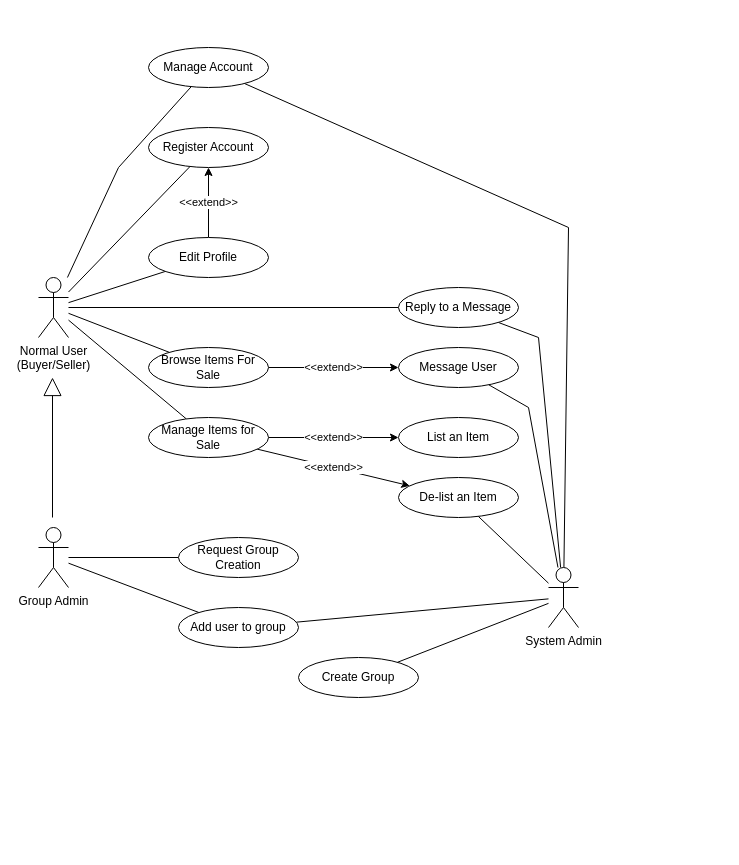
Before: Use Case.drawio in DragoDan7786/CSC490SeniorProject, a draw.io diagram. Source tidied: cells renumbered, new cells numbered last; positions are measured from the earlier drawing's top-left corner, leaving out a move shared by most shapes. Both pictures are drawn from the tidied source at 100%, with x=0, y=0 at pixel (38, 47).
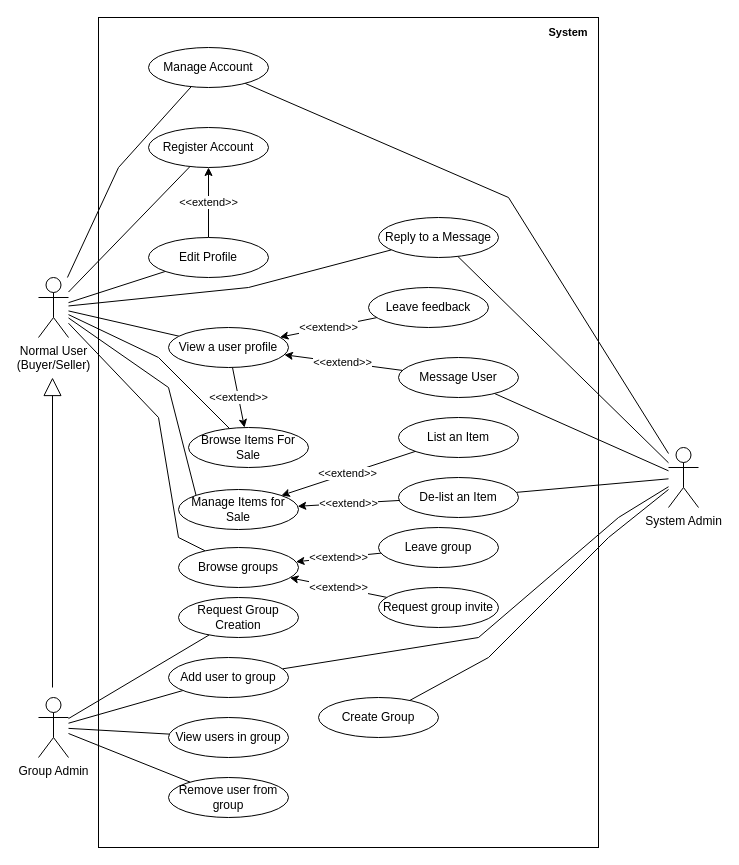
Above is the later version.

The change refers to these unchanged cells:
```xml
<mxCell id="7" value="Normal User&lt;br&gt;(Buyer/Seller)" style="shape=umlActor;verticalLabelPosition=bottom;verticalAlign=top;html=1;" parent="1" vertex="1">
  <mxGeometry y="230" width="30" height="60" as="geometry" />
</mxCell>
<mxCell id="20" value="Register Account" style="ellipse;whiteSpace=wrap;html=1;" parent="1" vertex="1">
  <mxGeometry x="110" y="80" width="120" height="40" as="geometry" />
</mxCell>
<mxCell id="22" value="Edit Profile" style="ellipse;whiteSpace=wrap;html=1;" parent="1" vertex="1">
  <mxGeometry x="110" y="190" width="120" height="40" as="geometry" />
</mxCell>
<mxCell id="25" value="Manage Account" style="ellipse;whiteSpace=wrap;html=1;" parent="1" vertex="1">
  <mxGeometry x="110" width="120" height="40" as="geometry" />
</mxCell>
<mxCell id="30" value="List an Item" style="ellipse;whiteSpace=wrap;html=1;" parent="1" vertex="1">
  <mxGeometry x="360" y="370" width="120" height="40" as="geometry" />
</mxCell>
<mxCell id="34" value="De-list an Item" style="ellipse;whiteSpace=wrap;html=1;" parent="1" vertex="1">
  <mxGeometry x="360" y="430" width="120" height="40" as="geometry" />
</mxCell>
```

Diff of the diagram source:
```diff
@@
+    <mxCell id="36" style="rounded=0;whiteSpace=wrap;html=1;fontFamily=Helvetica;fontSize=11;fontColor=default;" parent="1" vertex="1">
+      <mxGeometry x="60" y="-30" width="500" height="830" as="geometry" />
+    </mxCell>
@@
     <mxCell id="4" style="edgeStyle=none;shape=connector;rounded=0;jettySize=auto;html=1;labelBackgroundColor=default;strokeColor=default;align=center;verticalAlign=middle;fontFamily=Helvetica;fontSize=11;fontColor=default;startArrow=none;startFill=0;endArrow=none;endFill=0;" parent="1" edge="1" source="7" target="24">
-      <mxGeometry relative="1" as="geometry" />
+      <mxGeometry relative="1" as="geometry">
+        <Array as="points">
+          <mxPoint x="120" y="310" />
+        </Array>
+      </mxGeometry>
     </mxCell>
     <mxCell id="5" style="edgeStyle=none;shape=connector;rounded=0;jettySize=auto;html=1;labelBackgroundColor=default;strokeColor=default;align=center;verticalAlign=middle;fontFamily=Helvetica;fontSize=11;fontColor=default;startArrow=none;startFill=0;endArrow=none;endFill=0;" parent="1" edge="1" source="7" target="27">
-      <mxGeometry relative="1" as="geometry" />
+      <mxGeometry relative="1" as="geometry">
+        <Array as="points">
+          <mxPoint x="210" y="240" />
+        </Array>
+      </mxGeometry>
     </mxCell>
-    <mxCell id="6" style="edgeStyle=none;shape=connector;rounded=0;jettySize=auto;html=1;labelBackgroundColor=default;strokeColor=default;align=center;verticalAlign=middle;fontFamily=Helvetica;fontSize=11;fontColor=default;startArrow=none;startFill=0;endArrow=none;endFill=0;" parent="1" edge="1" source="7" target="33">
-      <mxGeometry relative="1" as="geometry" />
+    <mxCell id="6" style="edgeStyle=none;shape=connector;rounded=0;jettySize=auto;html=1;labelBackgroundColor=default;strokeColor=default;align=center;verticalAlign=middle;fontFamily=Helvetica;fontSize=11;fontColor=default;startArrow=none;startFill=0;endArrow=none;endFill=0;entryX=0;entryY=0;entryDx=0;entryDy=0;" parent="1" edge="1" source="7" target="33">
+      <mxGeometry relative="1" as="geometry">
+        <Array as="points">
+          <mxPoint x="130" y="340" />
+        </Array>
+      </mxGeometry>
     </mxCell>
+    <mxCell id="37" style="edgeStyle=none;shape=connector;rounded=0;jettySize=auto;html=1;labelBackgroundColor=default;strokeColor=default;align=center;verticalAlign=middle;fontFamily=Helvetica;fontSize=11;fontColor=default;startArrow=none;startFill=0;endArrow=none;endFill=0;" parent="1" edge="1" source="7" target="44">
+      <mxGeometry relative="1" as="geometry" />
+    </mxCell>
+    <mxCell id="38" style="edgeStyle=none;shape=connector;rounded=0;jettySize=auto;html=1;labelBackgroundColor=default;strokeColor=default;align=center;verticalAlign=middle;fontFamily=Helvetica;fontSize=11;fontColor=default;startArrow=none;startFill=0;endArrow=none;endFill=0;" parent="1" edge="1" source="7" target="47">
+      <mxGeometry relative="1" as="geometry">
+        <Array as="points">
+          <mxPoint x="120" y="370" />
+          <mxPoint x="140" y="490" />
+        </Array>
+      </mxGeometry>
+    </mxCell>
@@
+    <mxCell id="39" style="edgeStyle=none;shape=connector;rounded=0;jettySize=auto;html=1;labelBackgroundColor=default;strokeColor=default;align=center;verticalAlign=middle;fontFamily=Helvetica;fontSize=11;fontColor=default;startArrow=none;startFill=0;endArrow=none;endFill=0;" parent="1" edge="1" source="10" target="49">
+      <mxGeometry relative="1" as="geometry" />
+    </mxCell>
+    <mxCell id="40" style="edgeStyle=none;shape=connector;rounded=0;jettySize=auto;html=1;labelBackgroundColor=default;strokeColor=default;align=center;verticalAlign=middle;fontFamily=Helvetica;fontSize=11;fontColor=default;startArrow=none;startFill=0;endArrow=none;endFill=0;" parent="1" edge="1" source="10" target="50">
+      <mxGeometry relative="1" as="geometry" />
+    </mxCell>
     <mxCell id="10" value="Group Admin" style="shape=umlActor;verticalLabelPosition=bottom;verticalAlign=top;html=1;" parent="1" vertex="1">
-      <mxGeometry y="480" width="30" height="60" as="geometry" />
+      <mxGeometry y="650" width="30" height="60" as="geometry" />
     </mxCell>
     <mxCell id="11" style="edgeStyle=none;shape=connector;rounded=0;jettySize=auto;html=1;labelBackgroundColor=default;strokeColor=default;align=center;verticalAlign=middle;fontFamily=Helvetica;fontSize=11;fontColor=default;startArrow=none;startFill=0;endArrow=none;endFill=0;" parent="1" edge="1" source="17" target="29">
-      <mxGeometry relative="1" as="geometry" />
+      <mxGeometry relative="1" as="geometry">
+        <Array as="points">
+          <mxPoint x="570" y="490" />
+          <mxPoint x="510" y="550" />
+          <mxPoint x="450" y="610" />
+        </Array>
+      </mxGeometry>
     </mxCell>
     <mxCell id="12" style="edgeStyle=none;shape=connector;rounded=0;jettySize=auto;html=1;labelBackgroundColor=default;strokeColor=default;align=center;verticalAlign=middle;fontFamily=Helvetica;fontSize=11;fontColor=default;startArrow=none;startFill=0;endArrow=none;endFill=0;" parent="1" edge="1" source="17" target="35">
-      <mxGeometry relative="1" as="geometry" />
+      <mxGeometry relative="1" as="geometry">
+        <Array as="points">
+          <mxPoint x="580" y="470" />
+          <mxPoint x="440" y="590" />
+        </Array>
+      </mxGeometry>
     </mxCell>
@@
     <mxCell id="14" style="edgeStyle=none;shape=connector;rounded=0;jettySize=auto;html=1;labelBackgroundColor=default;strokeColor=default;align=center;verticalAlign=middle;fontFamily=Helvetica;fontSize=11;fontColor=default;startArrow=none;startFill=0;endArrow=none;endFill=0;" parent="1" edge="1" source="17" target="25">
       <mxGeometry relative="1" as="geometry">
         <Array as="points">
-          <mxPoint x="530" y="180" />
+          <mxPoint x="470" y="150" />
         </Array>
       </mxGeometry>
     </mxCell>
     <mxCell id="15" style="edgeStyle=none;shape=connector;rounded=0;jettySize=auto;html=1;labelBackgroundColor=default;strokeColor=default;align=center;verticalAlign=middle;fontFamily=Helvetica;fontSize=11;fontColor=default;startArrow=none;startFill=0;endArrow=none;endFill=0;" parent="1" edge="1" source="17" target="26">
-      <mxGeometry relative="1" as="geometry">
-        <Array as="points">
-          <mxPoint x="490" y="360" />
-        </Array>
-      </mxGeometry>
+      <mxGeometry relative="1" as="geometry" />
     </mxCell>
     <mxCell id="16" style="edgeStyle=none;shape=connector;rounded=0;jettySize=auto;html=1;labelBackgroundColor=default;strokeColor=default;align=center;verticalAlign=middle;fontFamily=Helvetica;fontSize=11;fontColor=default;startArrow=none;startFill=0;endArrow=none;endFill=0;" parent="1" edge="1" source="17" target="27">
-      <mxGeometry relative="1" as="geometry">
-        <Array as="points">
-          <mxPoint x="500" y="290" />
-        </Array>
-      </mxGeometry>
+      <mxGeometry relative="1" as="geometry" />
     </mxCell>
     <mxCell id="17" value="System Admin" style="shape=umlActor;verticalLabelPosition=bottom;verticalAlign=top;html=1;" parent="1" vertex="1">
-      <mxGeometry x="510" y="520" width="30" height="60" as="geometry" />
+      <mxGeometry x="630" y="400" width="30" height="60" as="geometry" />
     </mxCell>
     <mxCell id="18" style="endArrow=block;endSize=16;endFill=0;html=1;rounded=0;" parent="1" edge="1">
       <mxGeometry relative="1" as="geometry">
-        <mxPoint x="14" y="470" as="sourcePoint" />
+        <mxPoint x="14" y="640" as="sourcePoint" />
         <mxPoint x="14" y="330" as="targetPoint" />
       </mxGeometry>
     </mxCell>
@@
-    <mxCell id="21" value="&amp;lt;&amp;lt;extend&amp;gt;&amp;gt;" style="edgeStyle=none;shape=connector;rounded=0;jettySize=auto;html=1;labelBackgroundColor=default;strokeColor=default;align=center;verticalAlign=middle;fontFamily=Helvetica;fontSize=11;fontColor=default;startArrow=none;startFill=0;endArrow=classic;endFill=1;" parent="1" edge="1" source="22" target="20">
+    <mxCell id="21" value="&amp;lt;&amp;lt;extend&amp;gt;&amp;gt;" style="edgeStyle=none;shape=connector;rounded=0;jettySize=auto;html=1;labelBackgroundColor=default;strokeColor=default;align=center;verticalAlign=middle;fontFamily=Helvetica;fontSize=11;fontColor=default;startArrow=classic;startFill=1;endArrow=none;endFill=0;" parent="1" edge="1" source="20" target="22">
       <mxGeometry relative="1" as="geometry" />
     </mxCell>
@@
-    <mxCell id="23" value="&amp;lt;&amp;lt;extend&amp;gt;&amp;gt;" style="edgeStyle=none;shape=connector;rounded=0;jettySize=auto;html=1;labelBackgroundColor=default;strokeColor=default;align=center;verticalAlign=middle;fontFamily=Helvetica;fontSize=11;fontColor=default;startArrow=none;startFill=0;endArrow=classic;endFill=1;" parent="1" edge="1" source="24" target="26">
+    <mxCell id="23" value="&amp;lt;&amp;lt;extend&amp;gt;&amp;gt;" style="edgeStyle=none;shape=connector;rounded=0;jettySize=auto;html=1;labelBackgroundColor=default;strokeColor=default;align=center;verticalAlign=middle;fontFamily=Helvetica;fontSize=11;fontColor=default;startArrow=none;startFill=0;endArrow=classic;endFill=1;" parent="1" edge="1" source="44" target="24">
       <mxGeometry relative="1" as="geometry" />
     </mxCell>
     <mxCell id="24" value="Browse Items For Sale" style="ellipse;whiteSpace=wrap;html=1;" parent="1" vertex="1">
-      <mxGeometry x="110" y="300" width="120" height="40" as="geometry" />
+      <mxGeometry x="150" y="380" width="120" height="40" as="geometry" />
     </mxCell>
@@
     <mxCell id="26" value="Message User" style="ellipse;whiteSpace=wrap;html=1;" parent="1" vertex="1">
-      <mxGeometry x="360" y="300" width="120" height="40" as="geometry" />
+      <mxGeometry x="360" y="310" width="120" height="40" as="geometry" />
     </mxCell>
     <mxCell id="27" value="Reply to a Message" style="ellipse;whiteSpace=wrap;html=1;" parent="1" vertex="1">
-      <mxGeometry x="360" y="240" width="120" height="40" as="geometry" />
+      <mxGeometry x="340" y="170" width="120" height="40" as="geometry" />
     </mxCell>
     <mxCell id="28" value="Request Group Creation" style="ellipse;whiteSpace=wrap;html=1;" parent="1" vertex="1">
-      <mxGeometry x="140" y="490" width="120" height="40" as="geometry" />
+      <mxGeometry x="140" y="550" width="120" height="40" as="geometry" />
     </mxCell>
     <mxCell id="29" value="Create Group" style="ellipse;whiteSpace=wrap;html=1;" parent="1" vertex="1">
-      <mxGeometry x="260" y="610" width="120" height="40" as="geometry" />
+      <mxGeometry x="280" y="650" width="120" height="40" as="geometry" />
     </mxCell>
@@
-    <mxCell id="31" value="&amp;lt;&amp;lt;extend&amp;gt;&amp;gt;" style="edgeStyle=none;shape=connector;rounded=0;jettySize=auto;html=1;labelBackgroundColor=default;strokeColor=default;align=center;verticalAlign=middle;fontFamily=Helvetica;fontSize=11;fontColor=default;startArrow=none;startFill=0;endArrow=classic;endFill=1;" parent="1" edge="1" source="33" target="30">
+    <mxCell id="31" value="&amp;lt;&amp;lt;extend&amp;gt;&amp;gt;" style="edgeStyle=none;shape=connector;rounded=0;jettySize=auto;html=1;labelBackgroundColor=default;strokeColor=default;align=center;verticalAlign=middle;fontFamily=Helvetica;fontSize=11;fontColor=default;startArrow=none;startFill=0;endArrow=classic;endFill=1;" parent="1" edge="1" source="30" target="33">
       <mxGeometry relative="1" as="geometry" />
     </mxCell>
-    <mxCell id="32" value="&amp;lt;&amp;lt;extend&amp;gt;&amp;gt;" style="edgeStyle=none;shape=connector;rounded=0;jettySize=auto;html=1;labelBackgroundColor=default;strokeColor=default;align=center;verticalAlign=middle;fontFamily=Helvetica;fontSize=11;fontColor=default;startArrow=none;startFill=0;endArrow=classic;endFill=1;" parent="1" edge="1" source="33" target="34">
+    <mxCell id="32" value="&amp;lt;&amp;lt;extend&amp;gt;&amp;gt;" style="edgeStyle=none;shape=connector;rounded=0;jettySize=auto;html=1;labelBackgroundColor=default;strokeColor=default;align=center;verticalAlign=middle;fontFamily=Helvetica;fontSize=11;fontColor=default;startArrow=none;startFill=0;endArrow=classic;endFill=1;" parent="1" edge="1" source="34" target="33">
       <mxGeometry relative="1" as="geometry" />
     </mxCell>
     <mxCell id="33" value="Manage Items for Sale" style="ellipse;whiteSpace=wrap;html=1;" parent="1" vertex="1">
-      <mxGeometry x="110" y="370" width="120" height="40" as="geometry" />
+      <mxGeometry x="140" y="442" width="120" height="40" as="geometry" />
     </mxCell>
@@
     <mxCell id="35" value="Add user to group" style="ellipse;whiteSpace=wrap;html=1;" parent="1" vertex="1">
-      <mxGeometry x="140" y="560" width="120" height="40" as="geometry" />
+      <mxGeometry x="130" y="610" width="120" height="40" as="geometry" />
     </mxCell>
+    <mxCell id="41" value="Leave feedback" style="ellipse;whiteSpace=wrap;html=1;" parent="1" vertex="1">
+      <mxGeometry x="330" y="240" width="120" height="40" as="geometry" />
+    </mxCell>
+    <mxCell id="42" value="&amp;lt;&amp;lt;extend&amp;gt;&amp;gt;" style="edgeStyle=none;shape=connector;rounded=0;jettySize=auto;html=1;labelBackgroundColor=default;strokeColor=default;align=center;verticalAlign=middle;fontFamily=Helvetica;fontSize=11;fontColor=default;startArrow=none;startFill=0;endArrow=classic;endFill=1;" parent="1" edge="1" source="26" target="44">
+      <mxGeometry relative="1" as="geometry" />
+    </mxCell>
+    <mxCell id="43" value="&amp;lt;&amp;lt;extend&amp;gt;&amp;gt;" style="edgeStyle=none;shape=connector;rounded=0;jettySize=auto;html=1;labelBackgroundColor=default;strokeColor=default;align=center;verticalAlign=middle;fontFamily=Helvetica;fontSize=11;fontColor=default;startArrow=none;startFill=0;endArrow=classic;endFill=1;" parent="1" edge="1" source="41" target="44">
+      <mxGeometry relative="1" as="geometry" />
+    </mxCell>
+    <mxCell id="44" value="View a user profile" style="ellipse;whiteSpace=wrap;html=1;" parent="1" vertex="1">
+      <mxGeometry x="130" y="280" width="120" height="40" as="geometry" />
+    </mxCell>
+    <mxCell id="45" value="&amp;lt;&amp;lt;extend&amp;gt;&amp;gt;" style="edgeStyle=none;shape=connector;rounded=0;jettySize=auto;html=1;labelBackgroundColor=default;strokeColor=default;align=center;verticalAlign=middle;fontFamily=Helvetica;fontSize=11;fontColor=default;startArrow=none;startFill=0;endArrow=classic;endFill=1;" parent="1" edge="1" source="48" target="47">
+      <mxGeometry relative="1" as="geometry" />
+    </mxCell>
+    <mxCell id="46" value="&amp;lt;&amp;lt;extend&amp;gt;&amp;gt;" style="edgeStyle=none;shape=connector;rounded=0;jettySize=auto;html=1;labelBackgroundColor=default;strokeColor=default;align=center;verticalAlign=middle;fontFamily=Helvetica;fontSize=11;fontColor=default;startArrow=none;startFill=0;endArrow=classic;endFill=1;" parent="1" edge="1" source="51" target="47">
+      <mxGeometry relative="1" as="geometry" />
+    </mxCell>
+    <mxCell id="47" value="Browse groups" style="ellipse;whiteSpace=wrap;html=1;" parent="1" vertex="1">
+      <mxGeometry x="140" y="500" width="120" height="40" as="geometry" />
+    </mxCell>
+    <mxCell id="48" value="Request group invite" style="ellipse;whiteSpace=wrap;html=1;" parent="1" vertex="1">
+      <mxGeometry x="340" y="540" width="120" height="40" as="geometry" />
+    </mxCell>
+    <mxCell id="49" value="View users in group" style="ellipse;whiteSpace=wrap;html=1;" parent="1" vertex="1">
+      <mxGeometry x="130" y="670" width="120" height="40" as="geometry" />
+    </mxCell>
+    <mxCell id="50" value="Remove user from group" style="ellipse;whiteSpace=wrap;html=1;" parent="1" vertex="1">
+      <mxGeometry x="130" y="730" width="120" height="40" as="geometry" />
+    </mxCell>
+    <mxCell id="51" value="Leave group" style="ellipse;whiteSpace=wrap;html=1;" parent="1" vertex="1">
+      <mxGeometry x="340" y="480" width="120" height="40" as="geometry" />
+    </mxCell>
+    <mxCell id="52" value="System" style="text;html=1;strokeColor=none;fillColor=none;align=center;verticalAlign=middle;whiteSpace=wrap;rounded=0;fontSize=11;fontFamily=Helvetica;fontColor=default;fontStyle=1;" parent="1" vertex="1">
+      <mxGeometry x="500" y="-30" width="60" height="30" as="geometry" />
+    </mxCell>
```
